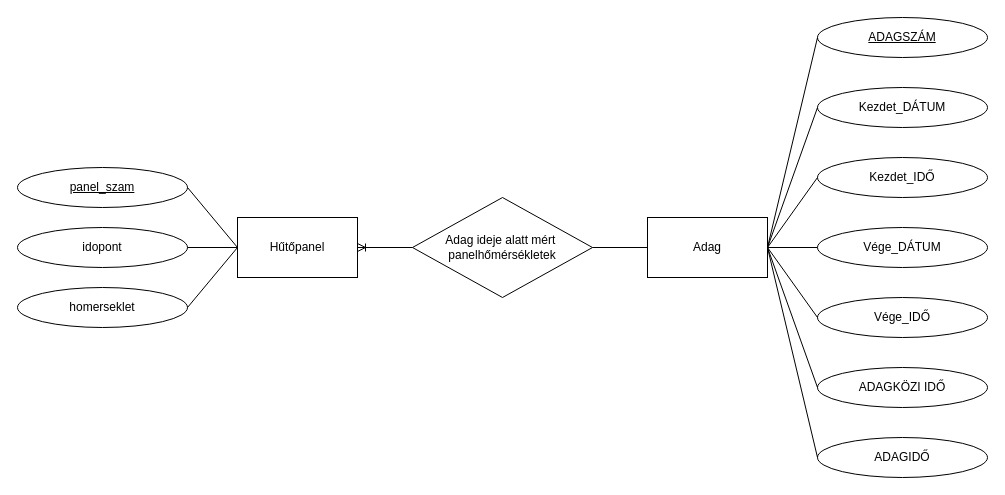
laszloszy/SQL-projektfeladat keeps this draw.io diagram as DBAZIS_ER-diagram.drawio. Above is the earlier version. Source tidied: cells renumbered, new cells numbered last; positions are measured from the earlier drawing's top-left corner, leaving out a move shared by most shapes. Both pictures are drawn from the tidied source at 100%, with x=0, y=0 at pixel (17, 17).
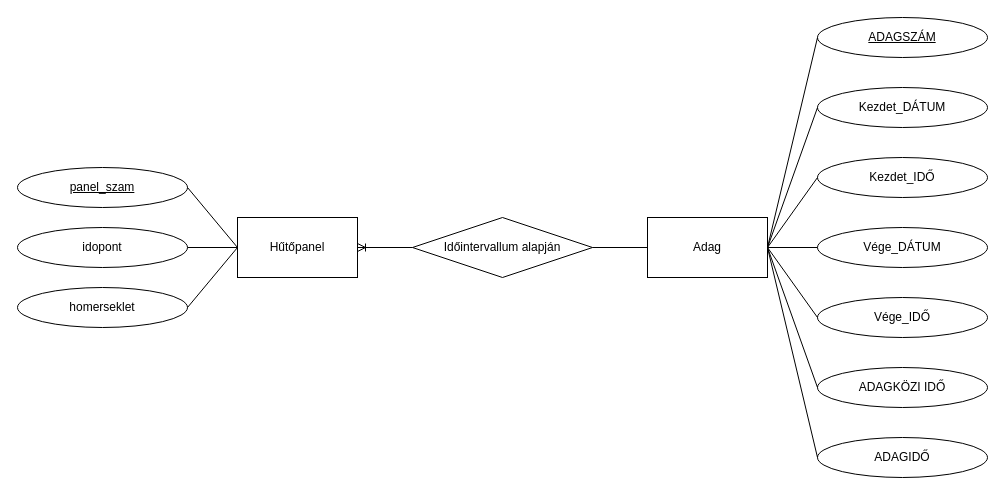
Above is the later version.

Commit message (it also covers changes not shown here):
ER-diagram,  biztonsági mentés és jogosultságkezelés frissítve

What changed in the source:
```diff
@@
-    <mxCell id="24" value="Adag ideje alatt mért&amp;nbsp;&lt;div&gt;panelhőmérsékletek&lt;/div&gt;" style="shape=rhombus;perimeter=rhombusPerimeter;whiteSpace=wrap;html=1;align=center;" parent="1" vertex="1">
-      <mxGeometry x="395" y="180" width="180" height="100" as="geometry" />
+    <mxCell id="24" value="Időintervallum alapján" style="shape=rhombus;perimeter=rhombusPerimeter;whiteSpace=wrap;html=1;align=center;" parent="1" vertex="1">
+      <mxGeometry x="395" y="200" width="180" height="60" as="geometry" />
     </mxCell>
```
